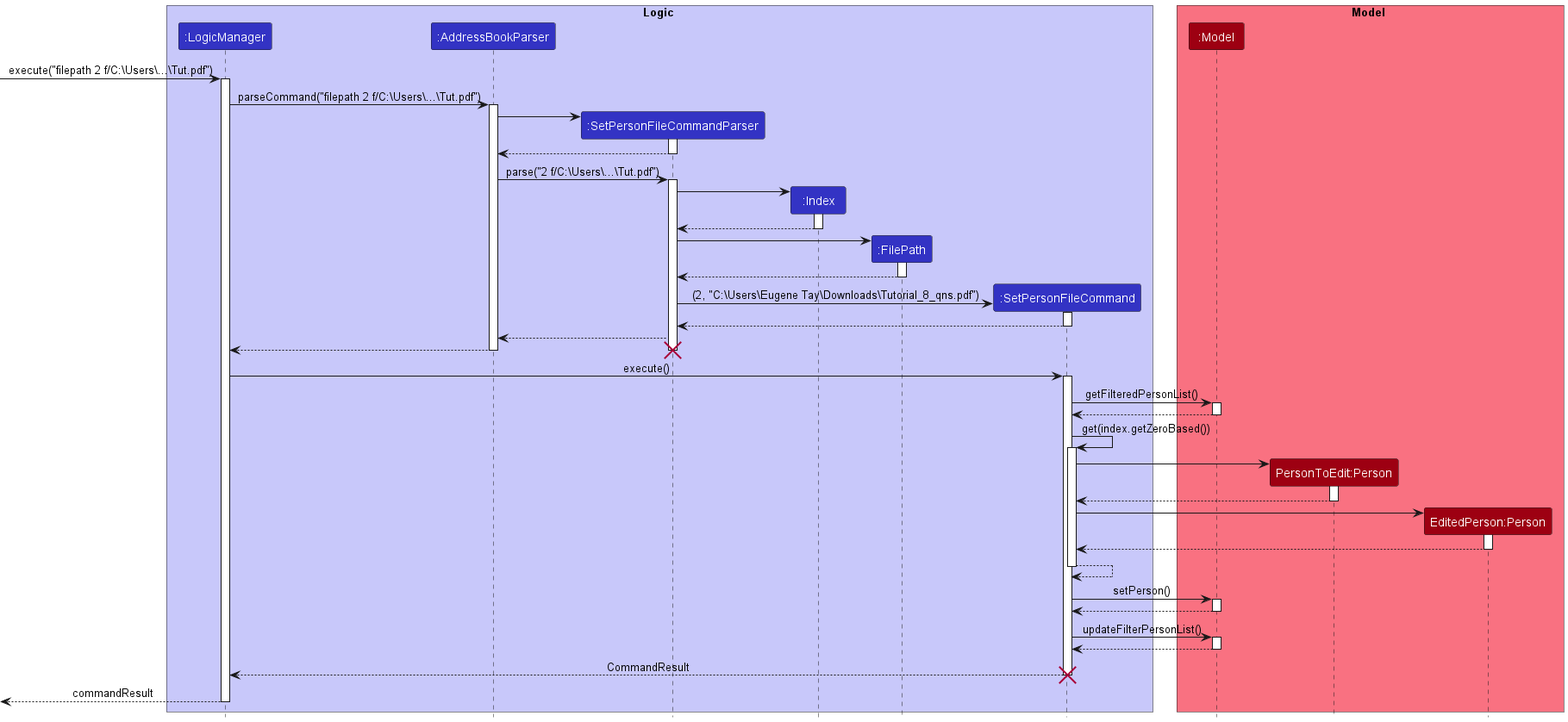
nus-cs2103-AY2223S1/tp keeps this PlantUML diagram as docs/images/DeveloperGuide/FilePath/FilePathSequenceDiagram.png. Above is the earlier version.
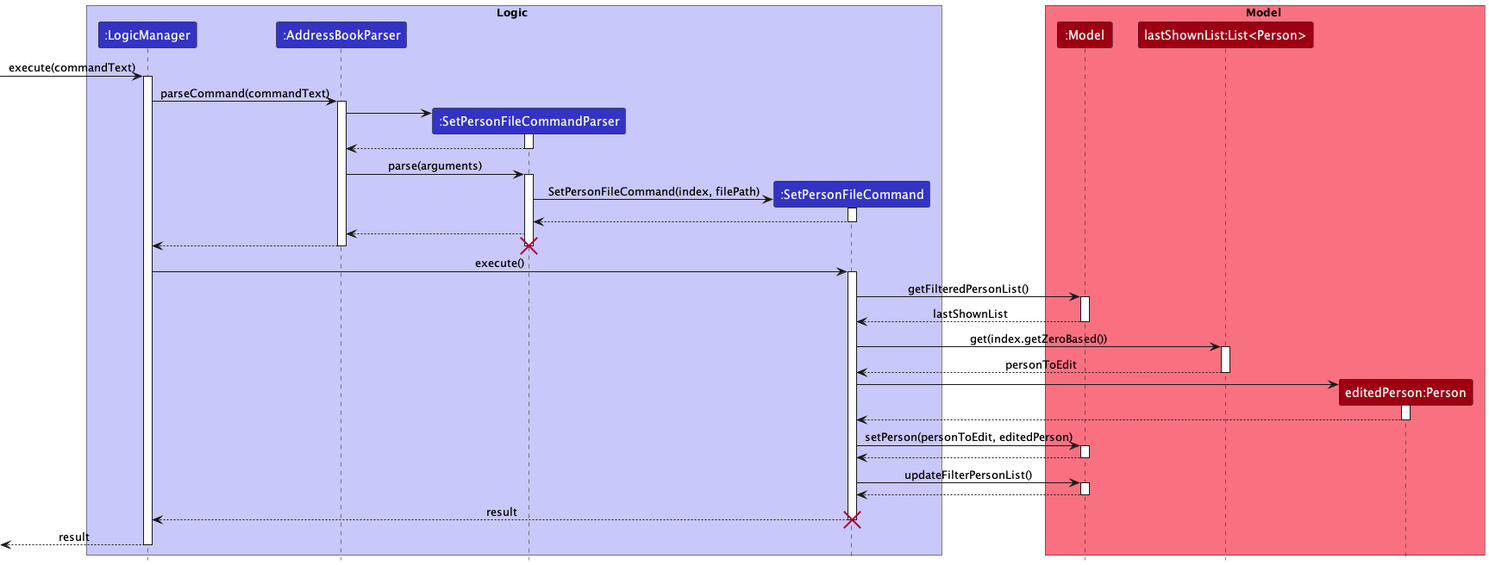
After the commit.

Diff of the diagram source:
```diff
@@ -5,21 +5,19 @@
 participant ":LogicManager" as LogicManager LOGIC_COLOR
 participant ":AddressBookParser" as AddressBookParser LOGIC_COLOR
 participant ":SetPersonFileCommandParser" as SetPersonFileCommandParser LOGIC_COLOR
-participant ":Index" as Index LOGIC_COLOR
-participant ":FilePath" as FilePath LOGIC_COLOR
 participant ":SetPersonFileCommand" as SetPersonFileCommand LOGIC_COLOR
 end box
 
 box Model MODEL_COLOR_T1
 participant ":Model" as Model MODEL_COLOR
-participant "PersonToEdit:Person" as personToEdit MODEL_COLOR
-participant "EditedPerson:Person" as EditedPerson MODEL_COLOR
+participant "lastShownList:List<Person>" as lastShownList MODEL_COLOR
+participant "editedPerson:Person" as editedPerson MODEL_COLOR
 end box
 
-[-> LogicManager : execute("filepath 2 f/C:\Users\...\Tut.pdf")
+[-> LogicManager : execute(commandText)
 activate LogicManager
 
-LogicManager -> AddressBookParser : parseCommand("filepath 2 f/C:\Users\...\Tut.pdf")
+LogicManager -> AddressBookParser : parseCommand(commandText)
 activate AddressBookParser
 
 create SetPersonFileCommandParser
@@ -29,25 +27,11 @@
 SetPersonFileCommandParser --> AddressBookParser
 deactivate SetPersonFileCommandParser
 
-AddressBookParser -> SetPersonFileCommandParser : parse("2 f/C:\Users\...\Tut.pdf")
+AddressBookParser -> SetPersonFileCommandParser : parse(arguments)
 activate SetPersonFileCommandParser
 
-create Index
-SetPersonFileCommandParser -> Index
-activate Index
-
-Index --> SetPersonFileCommandParser
-deactivate Index
-
-create FilePath
-SetPersonFileCommandParser -> FilePath
-activate FilePath
-
-FilePath --> SetPersonFileCommandParser
-deactivate FilePath
-
 create SetPersonFileCommand
-SetPersonFileCommandParser -> SetPersonFileCommand : (2, "C:\Users\Eugene Tay\Downloads\Tutorial_8_qns.pdf")
+SetPersonFileCommandParser -> SetPersonFileCommand : SetPersonFileCommand(index, filePath)
 activate SetPersonFileCommand
 
 SetPersonFileCommand --> SetPersonFileCommandParser
@@ -67,30 +51,23 @@
 SetPersonFileCommand -> Model : getFilteredPersonList()
 activate Model
 
-Model --> SetPersonFileCommand
+Model --> SetPersonFileCommand : lastShownList
 deactivate Model
 
-SetPersonFileCommand -> SetPersonFileCommand : get(index.getZeroBased())
-activate SetPersonFileCommand
+SetPersonFileCommand -> lastShownList : get(index.getZeroBased())
+activate lastShownList
 
-create personToEdit
-SetPersonFileCommand -> personToEdit
-activate personToEdit
+lastShownList --> SetPersonFileCommand:personToEdit
+deactivate lastShownList
 
-personToEdit --> SetPersonFileCommand
-deactivate personToEdit
+Create editedPerson
+SetPersonFileCommand -> editedPerson
+activate editedPerson
 
-Create EditedPerson
-SetPersonFileCommand -> EditedPerson
-activate EditedPerson
+editedPerson --> SetPersonFileCommand
+deactivate editedPerson
 
-EditedPerson --> SetPersonFileCommand
-deactivate EditedPerson
-
-SetPersonFileCommand --> SetPersonFileCommand
-deactivate SetPersonFileCommand
-
-SetPersonFileCommand -> Model : setPerson()
+SetPersonFileCommand -> Model : setPerson(personToEdit, editedPerson)
 activate Model
 
 Model --> SetPersonFileCommand
@@ -102,9 +79,9 @@
 Model --> SetPersonFileCommand
 deactivate Model
 
-SetPersonFileCommand --> LogicManager : CommandResult
+SetPersonFileCommand --> LogicManager : result
 destroy SetPersonFileCommand
 
-[<--LogicManager : commandResult
+[<--LogicManager : result
 deactivate LogicManager
 @enduml
```
